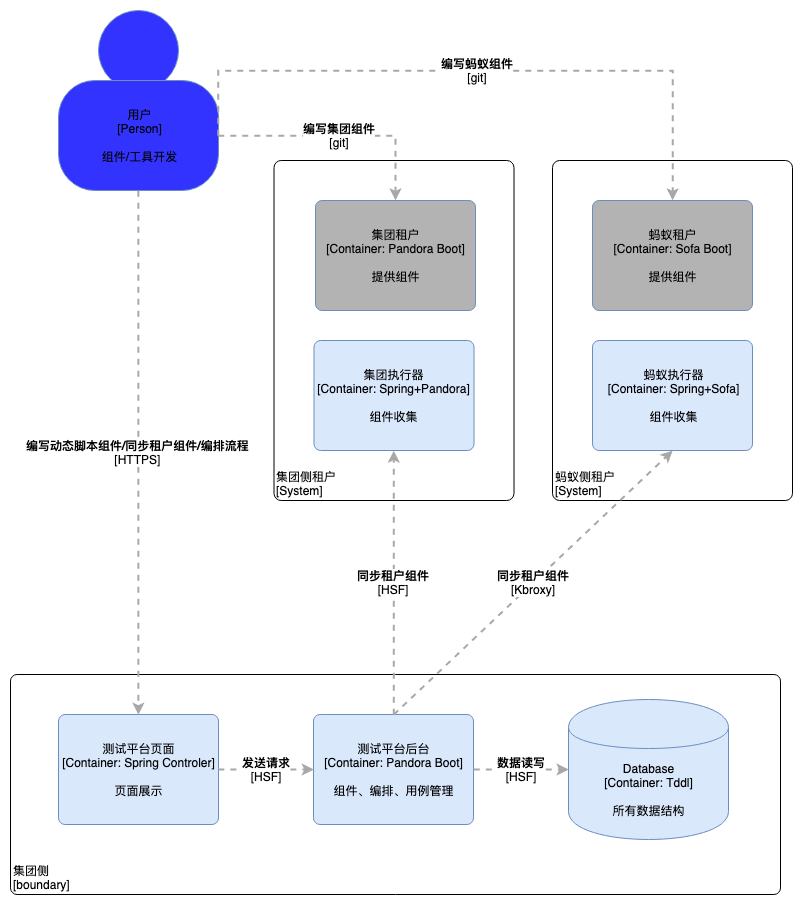
Above: 开发容器图.png in JimmyKsdas/TestPlantForm (draw.io), before the change. Source tidied: cells renumbered, new cells last; positions are measured from the earlier drawing's top-left corner, leaving out a move shared by most shapes.
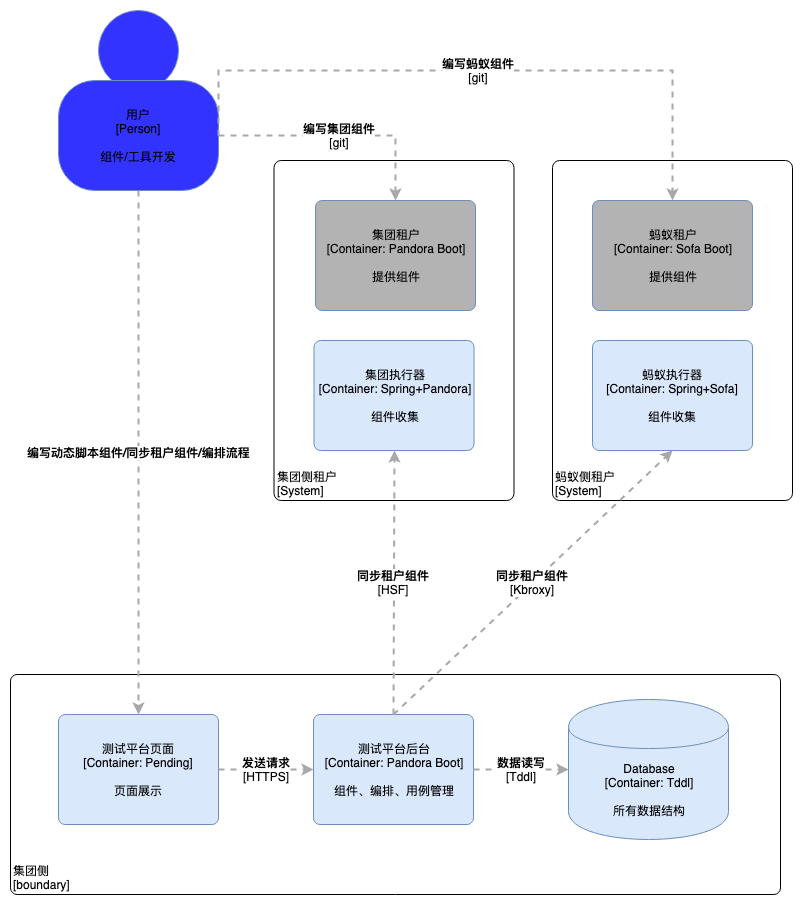
The same diagram one commit later.

Commit message:
Added 开发容器图.png

Change to the diagram source:
```diff
@@ -10,7 +10,7 @@
         <mxGeometry y="664" width="770" height="220" as="geometry" />
       </mxCell>
     </object>
-    <object id="4" label="&lt;span&gt;测试平台页面&lt;/span&gt;&lt;div&gt;[Container:&amp;nbsp;&lt;span&gt;Spring Controler&lt;/span&gt;&lt;span&gt;]&lt;/span&gt;&lt;/div&gt;&lt;div&gt;&lt;br&gt;&lt;/div&gt;&lt;div&gt;页面展示&lt;/div&gt;" c4Description="页面展示" c4Name="测试平台页面" c4Technology="Spring Controler" c4Type="Container" placeholders="1">
+    <object id="4" label="&lt;span&gt;测试平台页面&lt;/span&gt;&lt;div&gt;[Container:&amp;nbsp;&lt;span&gt;Pending&lt;/span&gt;&lt;span&gt;]&lt;/span&gt;&lt;/div&gt;&lt;div&gt;&lt;br&gt;&lt;/div&gt;&lt;div&gt;页面展示&lt;/div&gt;" c4Description="页面展示" c4Name="测试平台页面" c4Technology="Spring Controler" c4Type="Container" placeholders="1">
       <mxCell style="rounded=1;whiteSpace=wrap;html=1;labelBackgroundColor=none;fillColor=#dae8fc;fontColor=#000000;align=center;arcSize=6;strokeColor=#6c8ebf;shadow=0;" parent="1" vertex="1">
         <mxGeometry x="48" y="704" width="160" height="110" as="geometry" />
       </mxCell>
@@ -25,13 +25,13 @@
         <mxGeometry x="558" y="689" width="160" height="140" as="geometry" />
       </mxCell>
     </object>
-    <mxCell id="7" value="&lt;div style=&quot;text-align: left&quot;&gt;&lt;div style=&quot;text-align: center&quot;&gt;&lt;b&gt;发送请求&lt;/b&gt;&lt;/div&gt;&lt;div style=&quot;text-align: center&quot;&gt;[HSF]&lt;/div&gt;&lt;/div&gt;" style="edgeStyle=none;rounded=0;html=1;entryX=0;entryY=0.5;jettySize=auto;strokeColor=#A8A8A8;strokeWidth=2;fontColor=#000000;jumpStyle=none;dashed=1;exitX=1;exitY=0.5;exitDx=0;exitDy=0;entryDx=0;entryDy=0;" parent="1" edge="1" source="4" target="5">
+    <mxCell id="7" value="&lt;div style=&quot;text-align: left&quot;&gt;&lt;div style=&quot;text-align: center&quot;&gt;&lt;b&gt;发送请求&lt;/b&gt;&lt;/div&gt;&lt;div style=&quot;text-align: center&quot;&gt;[HTTPS]&lt;/div&gt;&lt;/div&gt;" style="edgeStyle=none;rounded=0;html=1;entryX=0;entryY=0.5;jettySize=auto;strokeColor=#A8A8A8;strokeWidth=2;fontColor=#000000;jumpStyle=none;dashed=1;exitX=1;exitY=0.5;exitDx=0;exitDy=0;entryDx=0;entryDy=0;" parent="1" edge="1" source="4" target="5">
       <mxGeometry relative="1" as="geometry" />
     </mxCell>
-    <mxCell id="8" value="&lt;div style=&quot;text-align: left&quot;&gt;&lt;div style=&quot;text-align: center&quot;&gt;&lt;b&gt;数据读写&lt;/b&gt;&lt;/div&gt;&lt;div style=&quot;text-align: center&quot;&gt;[HSF]&lt;/div&gt;&lt;/div&gt;" style="edgeStyle=none;rounded=0;html=1;entryX=0;entryY=0.5;jettySize=auto;strokeColor=#A8A8A8;strokeWidth=2;fontColor=#000000;jumpStyle=none;dashed=1;exitX=1;exitY=0.5;exitDx=0;exitDy=0;entryDx=0;entryDy=0;" parent="1" edge="1" source="5" target="6">
+    <mxCell id="8" value="&lt;div style=&quot;text-align: left&quot;&gt;&lt;div style=&quot;text-align: center&quot;&gt;&lt;b&gt;数据读写&lt;/b&gt;&lt;/div&gt;&lt;div style=&quot;text-align: center&quot;&gt;[Tddl]&lt;/div&gt;&lt;/div&gt;" style="edgeStyle=none;rounded=0;html=1;entryX=0;entryY=0.5;jettySize=auto;strokeColor=#A8A8A8;strokeWidth=2;fontColor=#000000;jumpStyle=none;dashed=1;exitX=1;exitY=0.5;exitDx=0;exitDy=0;entryDx=0;entryDy=0;" parent="1" edge="1" source="5" target="6">
       <mxGeometry relative="1" as="geometry" />
     </mxCell>
-    <mxCell id="9" value="&lt;div style=&quot;text-align: left&quot;&gt;&lt;div style=&quot;text-align: center&quot;&gt;&lt;b&gt;编写动态脚本组件&lt;/b&gt;&lt;b&gt;/同步租户组件/编排流程&lt;/b&gt;&lt;/div&gt;&lt;div style=&quot;text-align: center&quot;&gt;[HTTPS]&lt;/div&gt;&lt;/div&gt;" style="edgeStyle=none;rounded=0;html=1;entryX=0.5;entryY=0;jettySize=auto;strokeColor=#A8A8A8;strokeWidth=2;fontColor=#000000;jumpStyle=none;dashed=1;exitX=0.5;exitY=1;exitDx=0;exitDy=0;entryDx=0;entryDy=0;" parent="1" edge="1" source="19" target="4">
+    <mxCell id="9" value="&lt;div style=&quot;text-align: left&quot;&gt;&lt;div style=&quot;text-align: center&quot;&gt;&lt;b&gt;编写动态脚本组件&lt;/b&gt;&lt;b&gt;/同步租户组件/编排流程&lt;/b&gt;&lt;/div&gt;&lt;/div&gt;" style="edgeStyle=none;rounded=0;html=1;entryX=0.5;entryY=0;jettySize=auto;strokeColor=#A8A8A8;strokeWidth=2;fontColor=#000000;jumpStyle=none;dashed=1;exitX=0.5;exitY=1;exitDx=0;exitDy=0;entryDx=0;entryDy=0;" parent="1" edge="1" source="19" target="4">
       <mxGeometry relative="1" as="geometry" />
     </mxCell>
     <object id="10" label="&lt;div style=&quot;text-align: left&quot;&gt;集团侧租户&lt;/div&gt;&lt;div style=&quot;text-align: left&quot;&gt;[System]&lt;/div&gt;&lt;div style=&quot;text-align: right&quot;&gt;&lt;/div&gt;" c4Name="集团侧租户" c4OperationSystem="System" c4ScalingFactor="" c4Type="DeploymentNode" placeholders="1">
```
